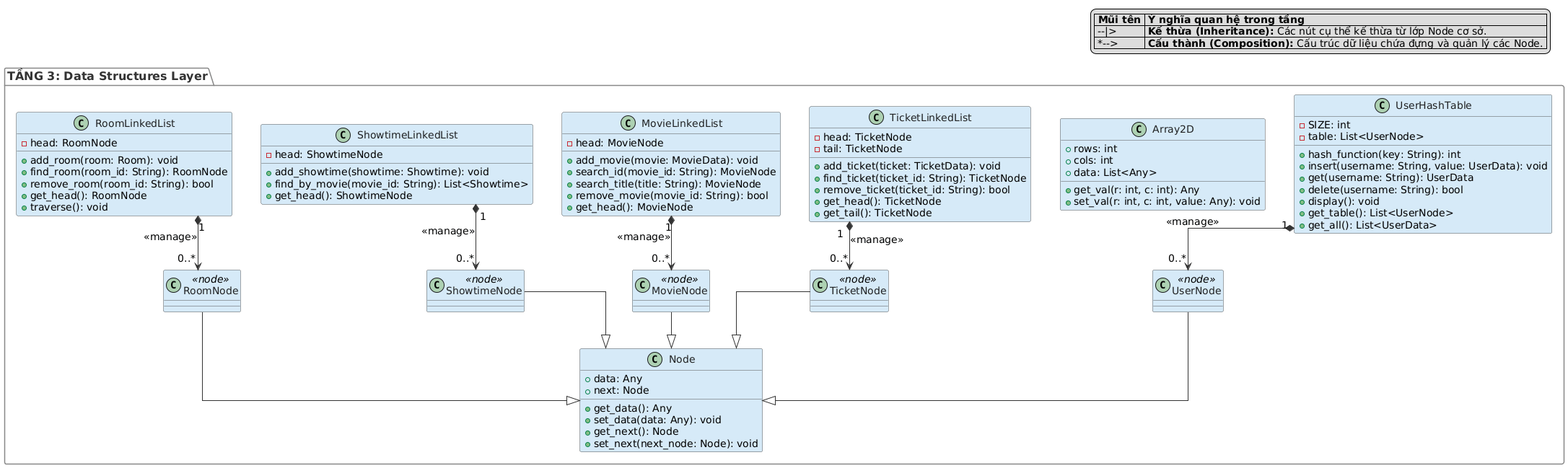
This is Class Diagram/UML Tầng 3.png from ngha1610/MI3060-Movie-Ticket-Booking-System, a PlantUML export, as it was before one commit. Source of this version:
```plantuml
@startuml
skinparam defaultFontName Arial
skinparam defaultFontSize 14
skinparam linetype ortho
skinparam nodesep 40
skinparam ranksep 50

skinparam class {
    BorderColor #555555
    ArrowColor #333333
    FontColor #222222
}

skinparam package {
    BorderColor #888888
    FontColor #333333
    FontSize 16
    FontStyle bold
}

legend top right
    |= Mũi tên |= Ý nghĩa quan hệ trong tầng |
    | --\|> | **Kế thừa (Inheritance):** Các nút cụ thể kế thừa từ lớp Node cơ sở. |
    | *--> | **Cấu thành (Composition):** Cấu trúc dữ liệu chứa đựng và quản lý các Node. |
endlegend

package "TẦNG 3: Data Structures Layer" #FFFFFF {

    class Node #D6EAF8 {
        + data: Any
        + next: Node
        + get_data(): Any
        + set_data(data: Any): void
        + get_next(): Node
        + set_next(next_node: Node): void
    }

    class UserNode <<node>> #D6EAF8 {}
    class TicketNode <<node>> #D6EAF8 {}
    class MovieNode <<node>> #D6EAF8 {}
    class ShowtimeNode <<node>> #D6EAF8 {}
    class RoomNode <<node>> #D6EAF8 {}

    class UserHashTable #D6EAF8 {
        - SIZE: int
        - table: List<UserNode>
        + hash_function(key: String): int
        + insert(username: String, value: UserData): void
        + get(username: String): UserData
        + delete(username: String): bool
        + display(): void
        + get_table(): List<UserNode>
        + get_all(): List<UserData>
    }

    class Array2D #D6EAF8 {
        + rows: int
        + cols: int
        + data: List<Any>
        + get_val(r: int, c: int): Any
        + set_val(r: int, c: int, value: Any): void
    }

    class TicketLinkedList #D6EAF8 {
        - head: TicketNode
        - tail: TicketNode
        + add_ticket(ticket: TicketData): void
        + find_ticket(ticket_id: String): TicketNode
        + remove_ticket(ticket_id: String): bool
        + get_head(): TicketNode
        + get_tail(): TicketNode
    }

    class MovieLinkedList #D6EAF8 {
        - head: MovieNode
        + add_movie(movie: MovieData): void
        + search_id(movie_id: String): MovieNode
        + search_title(title: String): MovieNode
        + remove_movie(movie_id: String): bool
        + get_head(): MovieNode
    }

    class ShowtimeLinkedList #D6EAF8 {
        - head: ShowtimeNode
        + add_showtime(showtime: Showtime): void
        + find_by_movie(movie_id: String): List<Showtime>
        + get_head(): ShowtimeNode
    }

    class RoomLinkedList #D6EAF8 {
        - head: RoomNode
        + add_room(room: Room): void
        + find_room(room_id: String): RoomNode
        + remove_room(room_id: String): bool
        + get_head(): RoomNode
        + traverse(): void
    }
}


UserNode --|> Node
TicketNode --|> Node
MovieNode --|> Node
ShowtimeNode --|> Node
RoomNode --|> Node

UserHashTable "1" *--> "0..*" UserNode : <<manage>>
TicketLinkedList "1" *--> "0..*" TicketNode : <<manage>>
MovieLinkedList "1" *--> "0..*" MovieNode : <<manage>>
ShowtimeLinkedList "1" *--> "0..*" ShowtimeNode : <<manage>>
RoomLinkedList "1" *--> "0..*" RoomNode : <<manage>>
@enduml
```
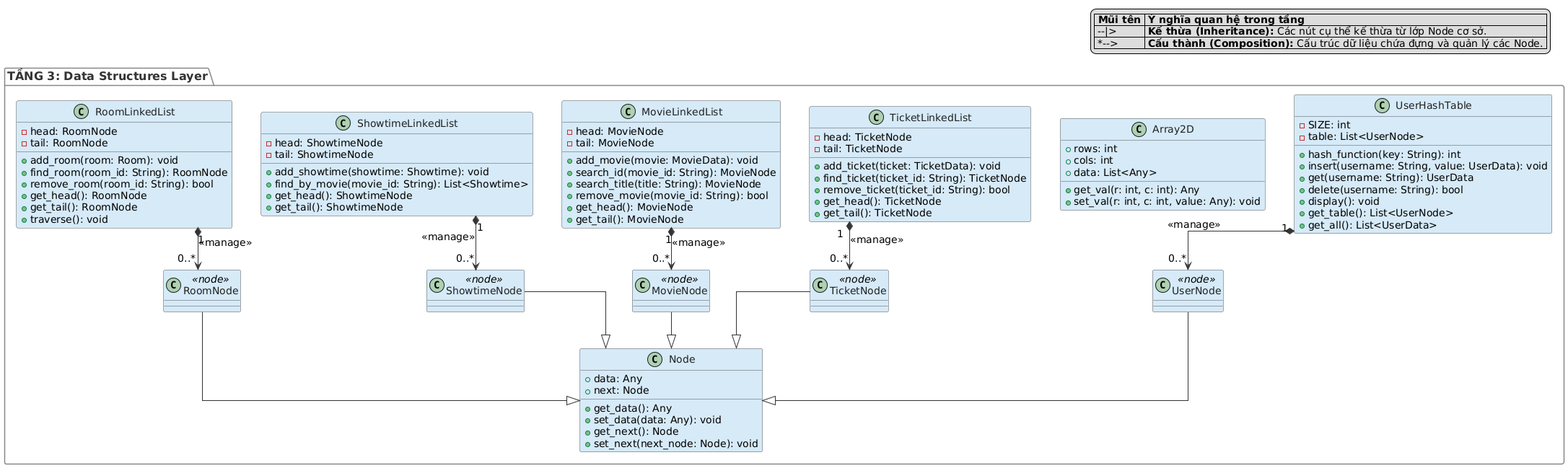
Above is the later version.

What changed in the source:
```diff
@@ -73,26 +73,32 @@
 
     class MovieLinkedList #D6EAF8 {
         - head: MovieNode
+        - tail: MovieNode
         + add_movie(movie: MovieData): void
         + search_id(movie_id: String): MovieNode
         + search_title(title: String): MovieNode
         + remove_movie(movie_id: String): bool
         + get_head(): MovieNode
+        + get_tail(): MovieNode
     }
 
     class ShowtimeLinkedList #D6EAF8 {
         - head: ShowtimeNode
+        - tail: ShowtimeNode
         + add_showtime(showtime: Showtime): void
         + find_by_movie(movie_id: String): List<Showtime>
         + get_head(): ShowtimeNode
+        + get_tail(): ShowtimeNode
     }
 
     class RoomLinkedList #D6EAF8 {
         - head: RoomNode
+        - tail: RoomNode
         + add_room(room: Room): void
         + find_room(room_id: String): RoomNode
         + remove_room(room_id: String): bool
         + get_head(): RoomNode
+        + get_tail(): RoomNode
         + traverse(): void
     }
 }
```
